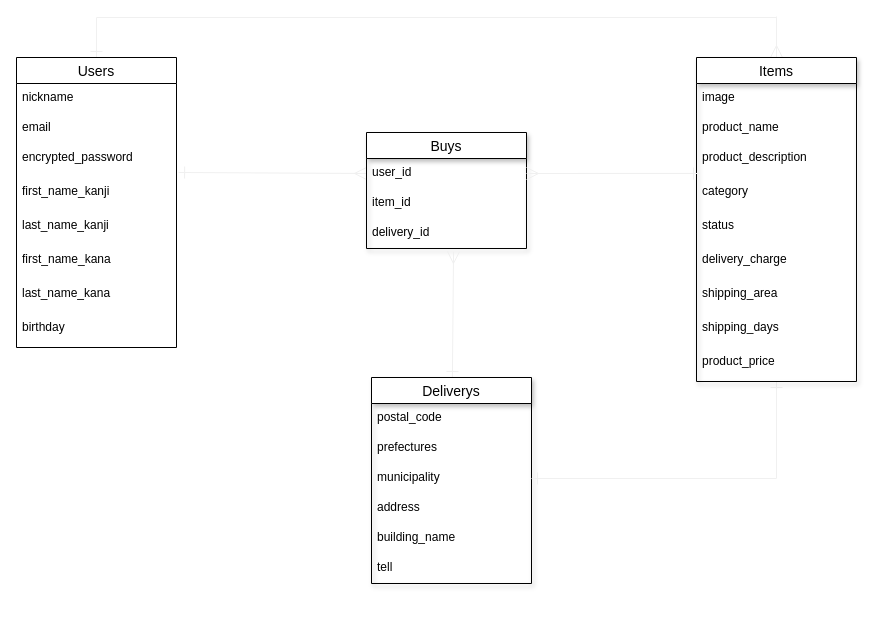
Above: er.dio in shiki0501/furima-35482 (draw.io), before the change. Source tidied: cells renumbered, new cells numbered last; positions are measured from the earlier drawing's top-left corner, leaving out a move shared by most shapes. Both pictures are drawn from the tidied source at 100%, with x=0, y=0 at pixel (16, 16).
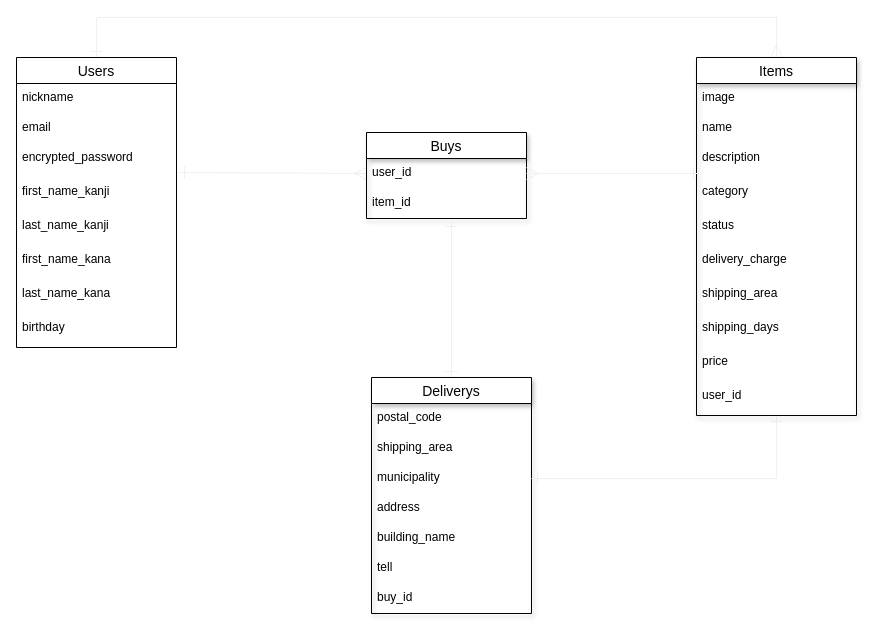
Above is the later version.

Commit message (it also covers changes not shown here):
データベース設計（修正２）

The change refers to these unchanged cells:
```xml
<mxCell id="27" value="item_id" style="text;strokeColor=none;fillColor=none;spacingLeft=4;spacingRight=4;overflow=hidden;points=[[0,0.5],[1,0.5]];portConstraint=eastwest;fontSize=12;" parent="25" vertex="1">
  <mxGeometry y="56" width="160" height="30" as="geometry" />
</mxCell>
```

The edit, as a diff of the source:
```diff
@@
     <mxCell id="15" value="Items" style="swimlane;fontStyle=0;horizontal=1;startSize=26;align=center;fontSize=14;shadow=1;" parent="1" vertex="1">
-      <mxGeometry x="680" y="41" width="160" height="324" as="geometry" />
+      <mxGeometry x="680" y="41" width="160" height="358" as="geometry" />
     </mxCell>
@@
-    <mxCell id="17" value="product_name" style="text;strokeColor=none;fillColor=none;spacingLeft=4;spacingRight=4;overflow=hidden;fontSize=12;" parent="15" vertex="1">
+    <mxCell id="17" value="name" style="text;strokeColor=none;fillColor=none;spacingLeft=4;spacingRight=4;overflow=hidden;fontSize=12;" parent="15" vertex="1">
       <mxGeometry y="56" width="160" height="30" as="geometry" />
     </mxCell>
-    <mxCell id="18" value="product_description" style="text;strokeColor=none;fillColor=none;spacingLeft=4;spacingRight=4;overflow=hidden;fontSize=12;" parent="15" vertex="1">
+    <mxCell id="18" value="description" style="text;strokeColor=none;fillColor=none;spacingLeft=4;spacingRight=4;overflow=hidden;fontSize=12;" parent="15" vertex="1">
       <mxGeometry y="86" width="160" height="34" as="geometry" />
     </mxCell>
@@
+    <mxCell id="40" value="price " style="text;strokeColor=none;fillColor=none;spacingLeft=4;spacingRight=4;overflow=hidden;fontSize=12;" parent="15" vertex="1">
+      <mxGeometry y="290" width="160" height="34" as="geometry" />
+    </mxCell>
-    <mxCell id="24" value="product_price " style="text;strokeColor=none;fillColor=none;spacingLeft=4;spacingRight=4;overflow=hidden;fontSize=12;" parent="15" vertex="1">
-      <mxGeometry y="290" width="160" height="34" as="geometry" />
+    <mxCell id="24" value="user_id" style="text;strokeColor=none;fillColor=none;spacingLeft=4;spacingRight=4;overflow=hidden;fontSize=12;" parent="15" vertex="1">
+      <mxGeometry y="324" width="160" height="34" as="geometry" />
     </mxCell>
     <mxCell id="25" value="Buys" style="swimlane;fontStyle=0;horizontal=1;startSize=26;align=center;fontSize=14;shadow=1;" parent="1" vertex="1">
-      <mxGeometry x="350" y="116" width="160" height="116" as="geometry" />
+      <mxGeometry x="350" y="116" width="160" height="86" as="geometry" />
     </mxCell>
@@
-    <mxCell id="28" value="delivery_id" style="text;strokeColor=none;fillColor=none;spacingLeft=4;spacingRight=4;overflow=hidden;points=[[0,0.5],[1,0.5]];portConstraint=eastwest;fontSize=12;" parent="25" vertex="1">
-      <mxGeometry y="86" width="160" height="30" as="geometry" />
-    </mxCell>
-    <mxCell id="29" style="edgeStyle=none;rounded=0;jumpSize=6;jettySize=auto;html=1;entryX=0.544;entryY=1.1;entryDx=0;entryDy=0;entryPerimeter=0;shadow=0;startArrow=ERone;startFill=0;endArrow=ERmany;endFill=0;startSize=10;endSize=10;targetPerimeterSpacing=5;strokeColor=#f0f0f0;strokeWidth=1;" parent="1" edge="1" source="30" target="28">
+    <mxCell id="29" style="edgeStyle=none;rounded=0;jumpSize=6;jettySize=auto;html=1;entryX=0.531;entryY=1.067;entryDx=0;entryDy=0;entryPerimeter=0;shadow=0;startArrow=ERone;startFill=0;endArrow=ERone;endFill=0;startSize=10;endSize=10;targetPerimeterSpacing=5;strokeColor=#f0f0f0;strokeWidth=1;" parent="1" edge="1" source="30" target="27">
       <mxGeometry relative="1" as="geometry" />
     </mxCell>
     <mxCell id="30" value="Deliverys" style="swimlane;fontStyle=0;horizontal=1;startSize=26;align=center;fontSize=14;shadow=1;" parent="1" vertex="1">
-      <mxGeometry x="355" y="361" width="160" height="206" as="geometry" />
+      <mxGeometry x="355" y="361" width="160" height="236" as="geometry" />
     </mxCell>
@@
-    <mxCell id="32" value="prefectures " style="text;strokeColor=none;fillColor=none;spacingLeft=4;spacingRight=4;overflow=hidden;fontSize=12;" parent="30" vertex="1">
+    <mxCell id="32" value="shipping_area" style="text;strokeColor=none;fillColor=none;spacingLeft=4;spacingRight=4;overflow=hidden;fontSize=12;" parent="30" vertex="1">
       <mxGeometry y="56" width="160" height="30" as="geometry" />
     </mxCell>
@@
+    <mxCell id="41" value="tell " style="text;strokeColor=none;fillColor=none;spacingLeft=4;spacingRight=4;overflow=hidden;fontSize=12;" parent="30" vertex="1">
+      <mxGeometry y="176" width="160" height="30" as="geometry" />
+    </mxCell>
-    <mxCell id="36" value="tell " style="text;strokeColor=none;fillColor=none;spacingLeft=4;spacingRight=4;overflow=hidden;fontSize=12;" parent="30" vertex="1">
-      <mxGeometry y="176" width="160" height="30" as="geometry" />
+    <mxCell id="36" value="buy_id" style="text;strokeColor=none;fillColor=none;spacingLeft=4;spacingRight=4;overflow=hidden;fontSize=12;" parent="30" vertex="1">
+      <mxGeometry y="206" width="160" height="30" as="geometry" />
     </mxCell>
```
